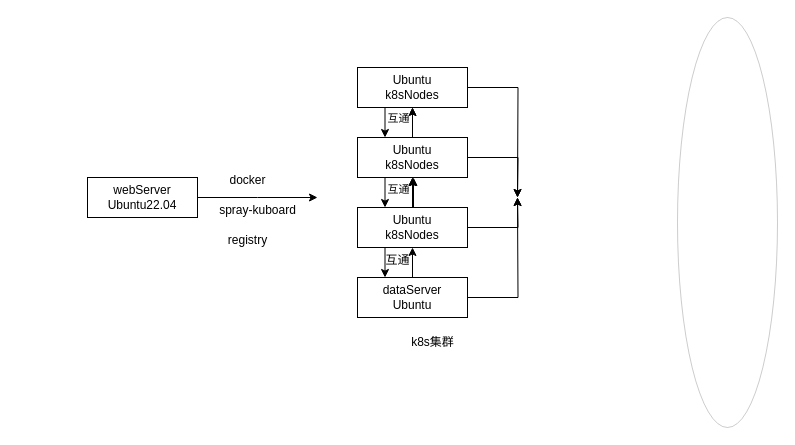
Earlier version of the draw.io diagram 未命名绘图.drawio (danche001/CMAK). Source tidied: cells renumbered, new cells numbered last; positions are measured from the earlier drawing's top-left corner, leaving out a move shared by most shapes. Both pictures are drawn from the tidied source at 100%, with x=0, y=0 at pixel (87, 17).
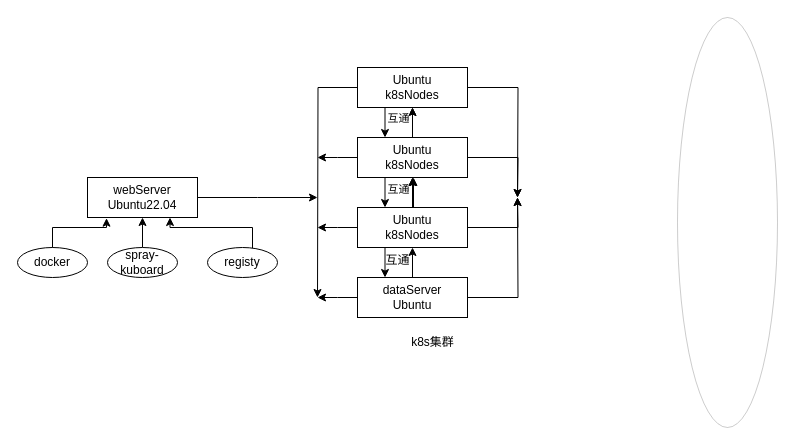
After the change.

Commit message:
更新未命名绘图.drawio

Unchanged cells that the change refers to:
```xml
<mxCell id="4" value="Ubuntu&lt;br&gt;k8sNodes" style="rounded=0;whiteSpace=wrap;html=1;" parent="1" vertex="1">
  <mxGeometry x="270" y="50" width="110" height="40" as="geometry" />
</mxCell>
<mxCell id="7" value="dataServer&lt;br&gt;Ubuntu" style="rounded=0;whiteSpace=wrap;html=1;" parent="1" vertex="1">
  <mxGeometry x="270" y="260" width="110" height="40" as="geometry" />
</mxCell>
<mxCell id="14" value="Ubuntu&lt;br&gt;k8sNodes" style="rounded=0;whiteSpace=wrap;html=1;" parent="1" vertex="1">
  <mxGeometry x="270" y="190" width="110" height="40" as="geometry" />
</mxCell>
<mxCell id="20" value="Ubuntu&lt;br&gt;k8sNodes" style="rounded=0;whiteSpace=wrap;html=1;" parent="1" vertex="1">
  <mxGeometry x="270" y="120" width="110" height="40" as="geometry" />
</mxCell>
<mxCell id="23" value="webServer&lt;br&gt;Ubuntu22.04" style="rounded=0;whiteSpace=wrap;html=1;" parent="1" vertex="1">
  <mxGeometry y="160" width="110" height="40" as="geometry" />
</mxCell>
```

What changed in the source:
```diff
@@
+    <mxCell id="29" style="edgeStyle=orthogonalEdgeStyle;rounded=0;jettySize=auto;html=1;exitX=0;exitY=0.5;exitDx=0;exitDy=0;" parent="1" edge="1" source="4">
+      <mxGeometry relative="1" as="geometry">
+        <mxPoint x="230" y="280" as="targetPoint" />
+      </mxGeometry>
+    </mxCell>
@@
+    <mxCell id="30" style="edgeStyle=orthogonalEdgeStyle;rounded=0;jettySize=auto;html=1;exitX=0;exitY=0.5;exitDx=0;exitDy=0;" parent="1" edge="1" source="7">
+      <mxGeometry relative="1" as="geometry">
+        <mxPoint x="230" y="280" as="targetPoint" />
+      </mxGeometry>
+    </mxCell>
@@
+    <mxCell id="31" style="edgeStyle=orthogonalEdgeStyle;rounded=0;jettySize=auto;html=1;" parent="1" edge="1" source="14">
+      <mxGeometry relative="1" as="geometry">
+        <mxPoint x="230" y="210" as="targetPoint" />
+      </mxGeometry>
+    </mxCell>
@@
+    <mxCell id="32" style="edgeStyle=orthogonalEdgeStyle;rounded=0;jettySize=auto;html=1;" parent="1" edge="1" source="20">
+      <mxGeometry relative="1" as="geometry">
+        <mxPoint x="230" y="140" as="targetPoint" />
+      </mxGeometry>
+    </mxCell>
@@
-    <mxCell id="24" value="docker" style="text;html=1;align=center;verticalAlign=middle;points=[];strokeColor=none;fillColor=none;" parent="1" vertex="1">
-      <mxGeometry x="130" y="148" width="60" height="30" as="geometry" />
-    </mxCell>
-    <mxCell id="25" value="spray-kuboard" style="text;html=1;align=center;verticalAlign=middle;points=[];strokeColor=none;fillColor=none;" parent="1" vertex="1">
-      <mxGeometry x="120" y="178" width="100" height="30" as="geometry" />
-    </mxCell>
-    <mxCell id="26" value="registry" style="text;html=1;align=center;verticalAlign=middle;strokeColor=none;fillColor=none;" parent="1" vertex="1">
-      <mxGeometry x="130" y="208" width="60" height="30" as="geometry" />
-    </mxCell>
@@
+    <mxCell id="24" value="docker" style="ellipse;whiteSpace=wrap;html=1;" parent="1" vertex="1">
+      <mxGeometry x="-70" y="230" width="70" height="30" as="geometry" />
+    </mxCell>
+    <mxCell id="33" style="edgeStyle=orthogonalEdgeStyle;rounded=0;jettySize=auto;html=1;exitX=0.5;exitY=0;exitDx=0;exitDy=0;entryX=0.5;entryY=1;entryDx=0;entryDy=0;" parent="1" edge="1" source="25" target="23">
+      <mxGeometry relative="1" as="geometry" />
+    </mxCell>
+    <mxCell id="25" value="spray-kuboard" style="ellipse;whiteSpace=wrap;html=1;" parent="1" vertex="1">
+      <mxGeometry x="20" y="230" width="70" height="30" as="geometry" />
+    </mxCell>
+    <mxCell id="34" style="edgeStyle=orthogonalEdgeStyle;rounded=0;jettySize=auto;html=1;entryX=0.75;entryY=1;entryDx=0;entryDy=0;" parent="1" edge="1" source="35" target="23">
+      <mxGeometry relative="1" as="geometry">
+        <Array as="points">
+          <mxPoint x="165" y="210" />
+          <mxPoint x="83" y="210" />
+        </Array>
+      </mxGeometry>
+    </mxCell>
+    <mxCell id="35" value="registy" style="ellipse;whiteSpace=wrap;html=1;" parent="1" vertex="1">
+      <mxGeometry x="120" y="230" width="70" height="30" as="geometry" />
+    </mxCell>
+    <mxCell id="36" style="edgeStyle=orthogonalEdgeStyle;rounded=0;jettySize=auto;html=1;exitX=0.5;exitY=0;exitDx=0;exitDy=0;entryX=0.173;entryY=1.017;entryDx=0;entryDy=0;entryPerimeter=0;" parent="1" edge="1" source="24" target="23">
+      <mxGeometry relative="1" as="geometry" />
+    </mxCell>
```
